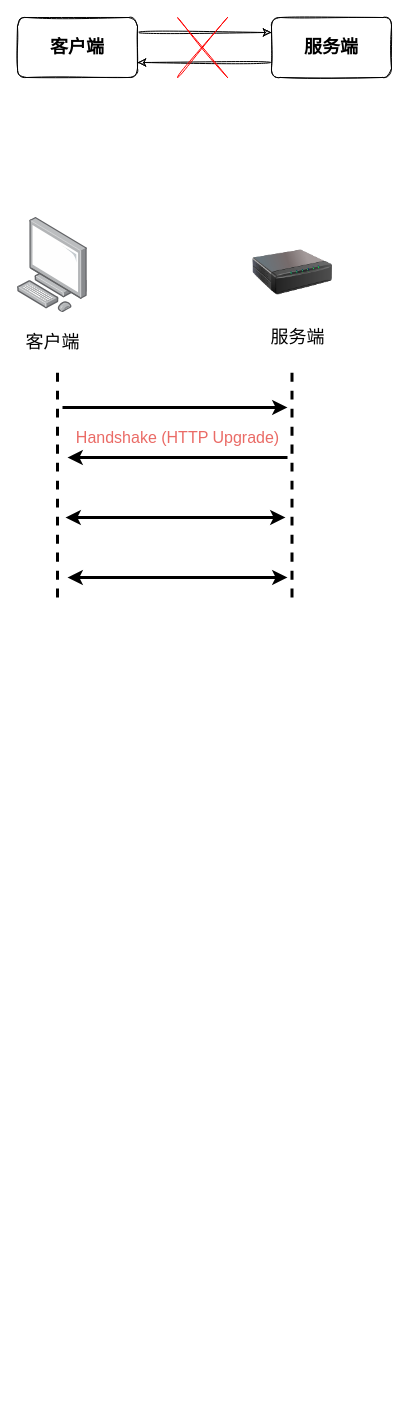
The draw.io diagram socket.drawio in C-wx/MindManager, before the edit. Source tidied: cells renumbered, new cells numbered last; positions are measured from the earlier drawing's top-left corner, leaving out a move shared by most shapes. Both pictures are drawn from the tidied source at 100%, with x=0, y=0 at pixel (17, 17). Pictures stored in the file or linked from it are replaced by grey dashed boxes.
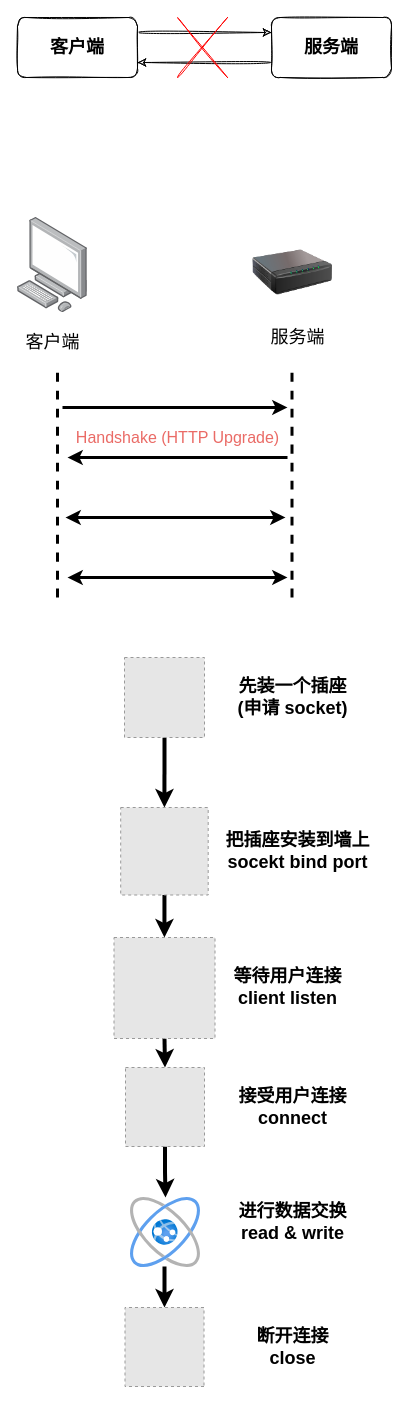
After the change.

Diff of the diagram source:
```diff
@@
+    <mxCell id="19" style="edgeStyle=orthogonalEdgeStyle;rounded=0;jettySize=auto;html=1;exitX=0.5;exitY=1;exitDx=0;exitDy=0;entryX=0.5;entryY=0;entryDx=0;entryDy=0;strokeWidth=4;" parent="1" edge="1" source="20" target="22">
+      <mxGeometry relative="1" as="geometry" />
+    </mxCell>
+    <mxCell id="20" style="fillColor=#E6E6E6;strokeColor=#999999;dashed=1;html=1;verticalAlign=top;verticalLabelPosition=bottom;labelBackgroundColor=#ffffff;" parent="1" vertex="1">
+      <mxGeometry x="107" y="640" width="80" height="80" as="geometry" />
+    </mxCell>
+    <mxCell id="21" style="edgeStyle=orthogonalEdgeStyle;rounded=0;jettySize=auto;html=1;exitX=0.5;exitY=1;exitDx=0;exitDy=0;strokeWidth=4;" parent="1" edge="1" source="22" target="24">
+      <mxGeometry relative="1" as="geometry" />
+    </mxCell>
+    <mxCell id="22" style="fillColor=#E6E6E6;strokeColor=#999999;dashed=1;html=1;verticalAlign=top;verticalLabelPosition=bottom;labelBackgroundColor=#ffffff;" parent="1" vertex="1">
+      <mxGeometry x="103.2" y="790" width="87.5" height="87.5" as="geometry" />
+    </mxCell>
+    <mxCell id="23" style="edgeStyle=orthogonalEdgeStyle;rounded=0;jettySize=auto;html=1;exitX=0.5;exitY=1;exitDx=0;exitDy=0;entryX=0.5;entryY=0;entryDx=0;entryDy=0;strokeWidth=4;" parent="1" edge="1" source="24" target="26">
+      <mxGeometry relative="1" as="geometry" />
+    </mxCell>
+    <mxCell id="24" style="fillColor=#E6E6E6;strokeColor=#999999;dashed=1;html=1;verticalAlign=top;verticalLabelPosition=bottom;labelBackgroundColor=#ffffff;" parent="1" vertex="1">
+      <mxGeometry x="96.5" y="920" width="101" height="101" as="geometry" />
+    </mxCell>
+    <mxCell id="25" style="edgeStyle=orthogonalEdgeStyle;rounded=0;jettySize=auto;html=1;exitX=0.5;exitY=1;exitDx=0;exitDy=0;strokeWidth=4;" parent="1" edge="1" source="26" target="27">
+      <mxGeometry relative="1" as="geometry" />
+    </mxCell>
+    <mxCell id="26" style="fillColor=#E6E6E6;strokeColor=#999999;dashed=1;html=1;verticalAlign=top;verticalLabelPosition=bottom;labelBackgroundColor=#ffffff;" parent="1" vertex="1">
+      <mxGeometry x="108" y="1050" width="79" height="79" as="geometry" />
+    </mxCell>
+    <mxCell id="27" style="html=1;points=[];align=center;image;fontSize=12;image=img/lib/azure2/general/Website_Power.svg;strokeWidth=4;" parent="1" vertex="1">
+      <mxGeometry x="113" y="1180" width="70" height="70" as="geometry" />
+    </mxCell>
+    <mxCell id="28" style="edgeStyle=orthogonalEdgeStyle;rounded=0;jettySize=auto;html=1;exitX=0.5;exitY=1;exitDx=0;exitDy=0;entryX=0.486;entryY=0.986;entryDx=0;entryDy=0;entryPerimeter=0;endArrow=none;endFill=0;startArrow=classic;startFill=1;strokeWidth=4;" parent="1" edge="1" source="29" target="27">
+      <mxGeometry relative="1" as="geometry" />
+    </mxCell>
+    <mxCell id="29" style="fillColor=#E6E6E6;strokeColor=#999999;dashed=1;html=1;verticalAlign=top;verticalLabelPosition=bottom;labelBackgroundColor=#ffffff;rotation=-180;" parent="1" vertex="1">
+      <mxGeometry x="107.5" y="1290" width="79" height="79" as="geometry" />
+    </mxCell>
+    <mxCell id="30" value="&lt;b&gt;&lt;font style=&quot;font-size: 18px&quot;&gt;先装一个插座&lt;br&gt;(申请 socket)&lt;br&gt;&lt;/font&gt;&lt;/b&gt;" style="text;html=1;align=center;verticalAlign=middle;strokeColor=none;fillColor=none;" parent="1" vertex="1">
+      <mxGeometry x="210" y="660" width="130" height="40" as="geometry" />
+    </mxCell>
+    <mxCell id="31" value="&lt;b&gt;把插座安装到墙上&lt;br&gt;socekt bind port&lt;br&gt;&lt;/b&gt;" style="text;html=1;align=center;verticalAlign=middle;strokeColor=none;fillColor=none;fontSize=18;" parent="1" vertex="1">
+      <mxGeometry x="200" y="808.8" width="160" height="50" as="geometry" />
+    </mxCell>
+    <mxCell id="32" value="&lt;b&gt;等待用户连接&lt;br&gt;client listen&lt;/b&gt;" style="text;html=1;align=center;verticalAlign=middle;strokeColor=none;fillColor=none;fontSize=18;" parent="1" vertex="1">
+      <mxGeometry x="210" y="945" width="120" height="50" as="geometry" />
+    </mxCell>
+    <mxCell id="33" style="text;html=1;align=center;verticalAlign=middle;strokeColor=none;fillColor=none;fontSize=18;" parent="1" vertex="1">
+      <mxGeometry x="320" y="1074.5" width="20" height="30" as="geometry" />
+    </mxCell>
+    <mxCell id="34" value="&lt;b&gt;接受用户连接&lt;br&gt;connect&lt;/b&gt;" style="text;html=1;align=center;verticalAlign=middle;strokeColor=none;fillColor=none;fontSize=18;" parent="1" vertex="1">
+      <mxGeometry x="215" y="1064.5" width="120" height="50" as="geometry" />
+    </mxCell>
+    <mxCell id="35" value="&lt;b&gt;进行数据交换&lt;br&gt;read &amp;amp; write&lt;br&gt;&lt;/b&gt;" style="text;html=1;align=center;verticalAlign=middle;strokeColor=none;fillColor=none;fontSize=18;" parent="1" vertex="1">
+      <mxGeometry x="215" y="1180" width="120" height="50" as="geometry" />
+    </mxCell>
+    <mxCell id="36" value="&lt;b&gt;断开连接&lt;br&gt;close&lt;/b&gt;" style="text;html=1;align=center;verticalAlign=middle;strokeColor=none;fillColor=none;fontSize=18;" parent="1" vertex="1">
+      <mxGeometry x="230" y="1304.5" width="90" height="50" as="geometry" />
+    </mxCell>
```
